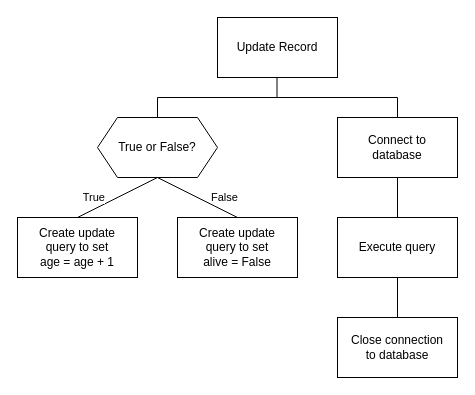
MrFriendCS/MrFriendCS.github.io keeps this draw.io diagram as page "sd7" (14 of 14) of ah-cs/sdd/AH-SDD-Animals/assets/diagrams/AH-SDD-Animals.drawio. Above is the earlier version. Source tidied: cells renumbered, new cells numbered last; positions are measured from the earlier drawing's top-left corner, leaving out a move shared by most shapes. Both pictures are drawn from the tidied source at 100%, with x=0, y=0 at pixel (17, 17).
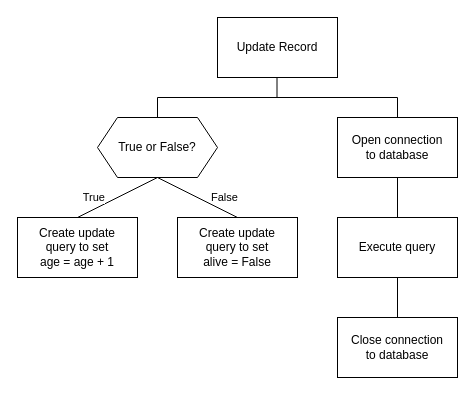
The same diagram, later.

The edit, as a diff of the source:
```diff
@@
-    <mxCell id="18" value="Connect to&lt;div&gt;database&lt;/div&gt;" style="rounded=0;whiteSpace=wrap;html=1;fillColor=none;" parent="1" vertex="1">
+    <mxCell id="18" value="Open connection&lt;div&gt;to&amp;nbsp;&lt;span style=&quot;background-color: transparent; color: light-dark(rgb(0, 0, 0), rgb(255, 255, 255));&quot;&gt;database&lt;/span&gt;&lt;/div&gt;" style="rounded=0;whiteSpace=wrap;html=1;fillColor=none;" parent="1" vertex="1">
       <mxGeometry x="320" y="100" width="120" height="60" as="geometry" />
     </mxCell>
```
